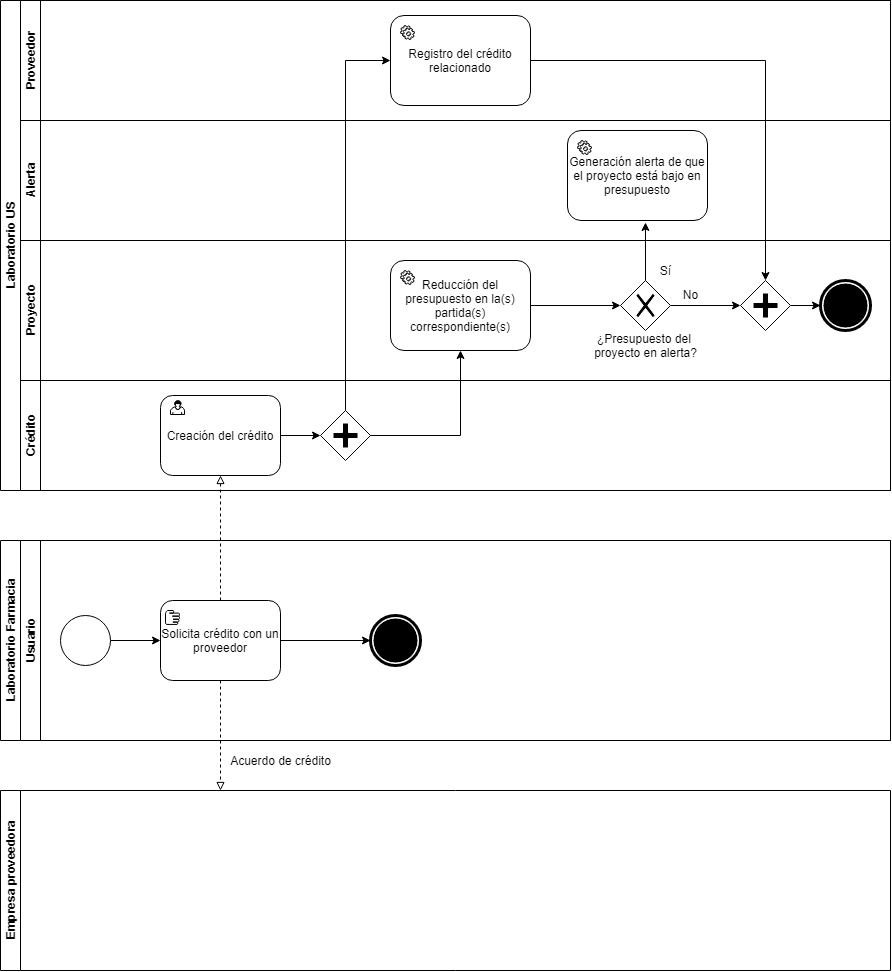
The draw.io diagram Imágenes BPMN/CreditosBPMN-Implantar.png in Franbr31/IR-project, before a commit. Source tidied: cells renumbered, new cells last; positions are measured from the earlier drawing's top-left corner, leaving out a move shared by most shapes. Its diagram source:
```xml
<mxGraphModel>
  <root>
    <mxCell id="0" />
    <mxCell id="1" parent="0" />
    <mxCell id="2" value="Laboratorio US" style="swimlane;html=1;horizontal=0;startSize=20;" parent="1" vertex="1">
      <mxGeometry width="890" height="490" as="geometry" />
    </mxCell>
    <mxCell id="3" value="Proveedor" style="swimlane;html=1;startSize=20;horizontal=0;" parent="2" vertex="1">
      <mxGeometry x="20" width="870" height="120" as="geometry" />
    </mxCell>
    <mxCell id="4" value="Registro del crédito relacionado" style="shape=ext;rounded=1;html=1;whiteSpace=wrap;" parent="3" vertex="1">
      <mxGeometry x="370" y="15" width="140" height="90" as="geometry" />
    </mxCell>
    <mxCell id="5" style="shape=mxgraph.bpmn.service_task;html=1;" parent="3" vertex="1">
      <mxGeometry x="380" y="25" width="14" height="14" as="geometry" />
    </mxCell>
    <mxCell id="6" value="Alerta" style="swimlane;html=1;startSize=20;horizontal=0;" parent="2" vertex="1">
      <mxGeometry x="20" y="120" width="870" height="120" as="geometry" />
    </mxCell>
    <mxCell id="7" value="Generación alerta de que el proyecto está bajo en presupuesto" style="shape=ext;rounded=1;html=1;whiteSpace=wrap;" parent="6" vertex="1">
      <mxGeometry x="547" y="10" width="140" height="90" as="geometry" />
    </mxCell>
    <mxCell id="8" style="shape=mxgraph.bpmn.service_task;html=1;" parent="6" vertex="1">
      <mxGeometry x="557" y="20" width="14" height="14" as="geometry" />
    </mxCell>
    <mxCell id="9" value="Proyecto" style="swimlane;html=1;startSize=20;horizontal=0;" parent="2" vertex="1">
      <mxGeometry x="20" y="240" width="870" height="140" as="geometry" />
    </mxCell>
    <mxCell id="10" style="edgeStyle=orthogonalEdgeStyle;rounded=0;jettySize=auto;html=1;exitX=1;exitY=0.5;exitDx=0;exitDy=0;endArrow=classic;endFill=1;" parent="9" edge="1" source="11" target="14">
      <mxGeometry relative="1" as="geometry" />
    </mxCell>
    <mxCell id="11" value="Reducción del presupuesto en la(s) partida(s) correspondiente(s)" style="shape=ext;rounded=1;html=1;whiteSpace=wrap;" parent="9" vertex="1">
      <mxGeometry x="370" y="20" width="140" height="90" as="geometry" />
    </mxCell>
    <mxCell id="12" style="shape=mxgraph.bpmn.service_task;html=1;" parent="9" vertex="1">
      <mxGeometry x="380" y="30" width="14" height="14" as="geometry" />
    </mxCell>
    <mxCell id="13" style="edgeStyle=orthogonalEdgeStyle;rounded=0;jettySize=auto;html=1;exitX=1;exitY=0.5;exitDx=0;exitDy=0;entryX=0;entryY=0.5;entryDx=0;entryDy=0;endArrow=classic;endFill=1;" parent="9" edge="1" source="14" target="17">
      <mxGeometry relative="1" as="geometry" />
    </mxCell>
    <mxCell id="14" style="shape=mxgraph.bpmn.shape;html=1;verticalLabelPosition=bottom;labelBackgroundColor=#ffffff;verticalAlign=top;align=center;perimeter=rhombusPerimeter;background=gateway;outlineConnect=0;outline=none;symbol=exclusiveGw;" parent="9" vertex="1">
      <mxGeometry x="600" y="40" width="50" height="50" as="geometry" />
    </mxCell>
    <mxCell id="15" style="shape=mxgraph.bpmn.shape;html=1;verticalLabelPosition=bottom;labelBackgroundColor=#ffffff;verticalAlign=top;align=center;perimeter=ellipsePerimeter;outlineConnect=0;outline=end;symbol=terminate;" parent="9" vertex="1">
      <mxGeometry x="800" y="40" width="50" height="50" as="geometry" />
    </mxCell>
    <mxCell id="16" style="edgeStyle=orthogonalEdgeStyle;rounded=0;jettySize=auto;html=1;exitX=1;exitY=0.5;exitDx=0;exitDy=0;endArrow=classic;endFill=1;" parent="9" edge="1" source="17" target="15">
      <mxGeometry relative="1" as="geometry" />
    </mxCell>
    <mxCell id="17" style="shape=mxgraph.bpmn.shape;html=1;verticalLabelPosition=bottom;labelBackgroundColor=#ffffff;verticalAlign=top;align=center;perimeter=rhombusPerimeter;background=gateway;outlineConnect=0;outline=none;symbol=parallelGw;" parent="9" vertex="1">
      <mxGeometry x="720" y="40" width="50" height="50" as="geometry" />
    </mxCell>
    <mxCell id="18" value="¿Presupuesto del &lt;br&gt;proyecto en alerta?" style="text;html=1;align=center;verticalAlign=middle;" parent="9" vertex="1">
      <mxGeometry x="565" y="90" width="120" height="30" as="geometry" />
    </mxCell>
    <mxCell id="19" value="Sí" style="text;html=1;align=center;verticalAlign=middle;" parent="9" vertex="1">
      <mxGeometry x="630" y="20" width="30" height="20" as="geometry" />
    </mxCell>
    <mxCell id="20" value="No" style="text;html=1;align=center;verticalAlign=middle;" parent="9" vertex="1">
      <mxGeometry x="655" y="44" width="30" height="20" as="geometry" />
    </mxCell>
    <mxCell id="21" value="Crédito" style="swimlane;html=1;startSize=20;horizontal=0;" parent="2" vertex="1">
      <mxGeometry x="20" y="380" width="870" height="110" as="geometry" />
    </mxCell>
    <mxCell id="22" style="edgeStyle=orthogonalEdgeStyle;rounded=0;jettySize=auto;html=1;exitX=1;exitY=0.5;exitDx=0;exitDy=0;entryX=0;entryY=0.5;entryDx=0;entryDy=0;endArrow=classic;endFill=1;" parent="21" edge="1" source="23" target="25">
      <mxGeometry relative="1" as="geometry" />
    </mxCell>
    <mxCell id="23" value="Creación del crédito" style="shape=ext;rounded=1;html=1;whiteSpace=wrap;" parent="21" vertex="1">
      <mxGeometry x="140" y="15" width="120" height="80" as="geometry" />
    </mxCell>
    <mxCell id="24" style="shape=mxgraph.bpmn.user_task;html=1;" parent="21" vertex="1">
      <mxGeometry x="150" y="20" width="14" height="14" as="geometry" />
    </mxCell>
    <mxCell id="25" style="shape=mxgraph.bpmn.shape;html=1;verticalLabelPosition=bottom;labelBackgroundColor=#ffffff;verticalAlign=top;align=center;perimeter=rhombusPerimeter;background=gateway;outlineConnect=0;outline=none;symbol=parallelGw;" parent="21" vertex="1">
      <mxGeometry x="300" y="30" width="50" height="50" as="geometry" />
    </mxCell>
    <mxCell id="26" style="edgeStyle=orthogonalEdgeStyle;rounded=0;jettySize=auto;html=1;exitX=0.5;exitY=0;exitDx=0;exitDy=0;entryX=0;entryY=0.5;entryDx=0;entryDy=0;endArrow=classic;endFill=1;" parent="2" edge="1" source="25" target="4">
      <mxGeometry relative="1" as="geometry" />
    </mxCell>
    <mxCell id="27" style="edgeStyle=orthogonalEdgeStyle;rounded=0;jettySize=auto;html=1;exitX=1;exitY=0.5;exitDx=0;exitDy=0;endArrow=classic;endFill=1;" parent="2" edge="1" source="25" target="11">
      <mxGeometry relative="1" as="geometry" />
    </mxCell>
    <mxCell id="28" style="edgeStyle=orthogonalEdgeStyle;rounded=0;jettySize=auto;html=1;exitX=0.5;exitY=0;exitDx=0;exitDy=0;entryX=0.557;entryY=1.022;entryDx=0;entryDy=0;entryPerimeter=0;endArrow=classic;endFill=1;" parent="2" edge="1" source="14" target="7">
      <mxGeometry relative="1" as="geometry" />
    </mxCell>
    <mxCell id="29" style="edgeStyle=orthogonalEdgeStyle;rounded=0;jettySize=auto;html=1;exitX=1;exitY=0.5;exitDx=0;exitDy=0;entryX=0.5;entryY=0;entryDx=0;entryDy=0;endArrow=classic;endFill=1;" parent="2" edge="1" source="4" target="17">
      <mxGeometry relative="1" as="geometry" />
    </mxCell>
    <mxCell id="30" value="Laboratorio Farmacia" style="swimlane;html=1;horizontal=0;startSize=20;" parent="1" vertex="1">
      <mxGeometry y="540" width="890" height="200" as="geometry" />
    </mxCell>
    <mxCell id="31" value="Usuario" style="swimlane;html=1;startSize=20;horizontal=0;" parent="30" vertex="1">
      <mxGeometry x="20" width="870" height="200" as="geometry" />
    </mxCell>
    <mxCell id="32" style="edgeStyle=orthogonalEdgeStyle;rounded=0;jettySize=auto;html=1;exitX=1;exitY=0.5;exitDx=0;exitDy=0;entryX=0;entryY=0.5;entryDx=0;entryDy=0;endArrow=classic;endFill=1;" parent="31" edge="1" source="33" target="35">
      <mxGeometry relative="1" as="geometry" />
    </mxCell>
    <mxCell id="33" style="shape=mxgraph.bpmn.shape;html=1;verticalLabelPosition=bottom;labelBackgroundColor=#ffffff;verticalAlign=top;align=center;perimeter=ellipsePerimeter;outlineConnect=0;outline=standard;symbol=general;" parent="31" vertex="1">
      <mxGeometry x="40" y="75" width="50" height="50" as="geometry" />
    </mxCell>
    <mxCell id="34" style="edgeStyle=orthogonalEdgeStyle;rounded=0;jettySize=auto;html=1;exitX=1;exitY=0.5;exitDx=0;exitDy=0;entryX=0;entryY=0.5;entryDx=0;entryDy=0;endArrow=classic;endFill=1;" parent="31" edge="1" source="35" target="37">
      <mxGeometry relative="1" as="geometry" />
    </mxCell>
    <mxCell id="35" value="Solicita crédito con un proveedor" style="shape=ext;rounded=1;html=1;whiteSpace=wrap;" parent="31" vertex="1">
      <mxGeometry x="140" y="60" width="120" height="80" as="geometry" />
    </mxCell>
    <mxCell id="36" style="shape=mxgraph.bpmn.manual_task;html=1;" parent="31" vertex="1">
      <mxGeometry x="145" y="70" width="14" height="14" as="geometry" />
    </mxCell>
    <mxCell id="37" style="shape=mxgraph.bpmn.shape;html=1;verticalLabelPosition=bottom;labelBackgroundColor=#ffffff;verticalAlign=top;align=center;perimeter=ellipsePerimeter;outlineConnect=0;outline=end;symbol=terminate;" parent="31" vertex="1">
      <mxGeometry x="350" y="75" width="50" height="50" as="geometry" />
    </mxCell>
    <mxCell id="38" value="Empresa proveedora" style="swimlane;html=1;horizontal=0;startSize=20;" parent="1" vertex="1">
      <mxGeometry y="790" width="890" height="180" as="geometry" />
    </mxCell>
    <mxCell id="39" style="edgeStyle=orthogonalEdgeStyle;rounded=0;jettySize=auto;html=1;exitX=0.5;exitY=1;exitDx=0;exitDy=0;dashed=1;endArrow=block;endFill=0;" parent="1" edge="1" source="35">
      <mxGeometry relative="1" as="geometry">
        <mxPoint x="220" y="790" as="targetPoint" />
      </mxGeometry>
    </mxCell>
    <mxCell id="40" value="Acuerdo de crédito" style="text;html=1;align=center;verticalAlign=middle;" parent="1" vertex="1">
      <mxGeometry x="220" y="750" width="120" height="20" as="geometry" />
    </mxCell>
    <mxCell id="41" style="edgeStyle=orthogonalEdgeStyle;rounded=0;jettySize=auto;html=1;exitX=0.5;exitY=0;exitDx=0;exitDy=0;entryX=0.5;entryY=1;entryDx=0;entryDy=0;endArrow=block;endFill=0;dashed=1;" parent="1" edge="1" source="35" target="23">
      <mxGeometry relative="1" as="geometry" />
    </mxCell>
  </root>
</mxGraphModel>
```
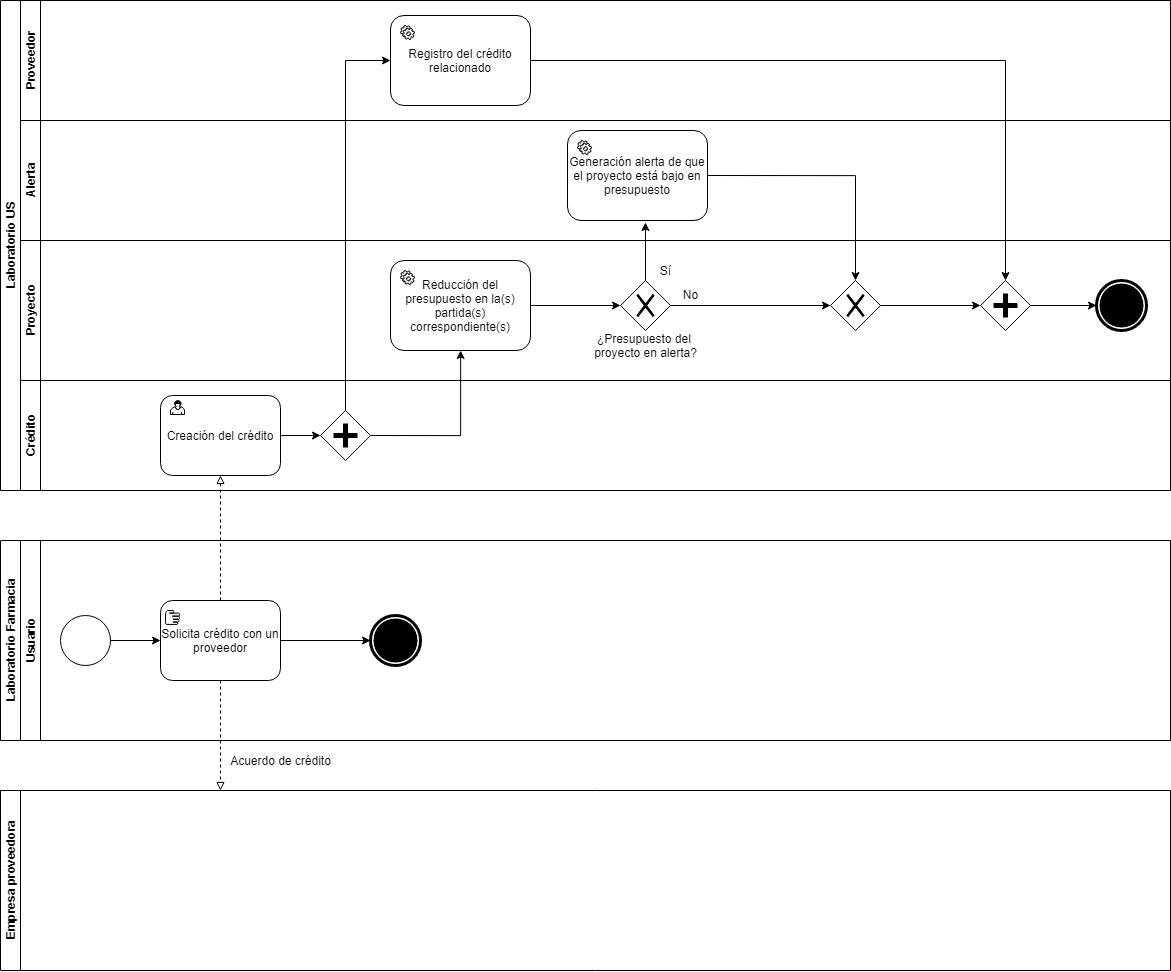
The same file after the commit.

What changed in the source:
```diff
@@ -3,10 +3,10 @@
     <mxCell id="0" />
     <mxCell id="1" parent="0" />
     <mxCell id="2" value="Laboratorio US" style="swimlane;html=1;horizontal=0;startSize=20;" parent="1" vertex="1">
-      <mxGeometry width="890" height="490" as="geometry" />
+      <mxGeometry width="1170" height="490" as="geometry" />
     </mxCell>
     <mxCell id="3" value="Proveedor" style="swimlane;html=1;startSize=20;horizontal=0;" parent="2" vertex="1">
-      <mxGeometry x="20" width="870" height="120" as="geometry" />
+      <mxGeometry x="20" width="1150" height="120" as="geometry" />
     </mxCell>
     <mxCell id="4" value="Registro del crédito relacionado" style="shape=ext;rounded=1;html=1;whiteSpace=wrap;" parent="3" vertex="1">
       <mxGeometry x="370" y="15" width="140" height="90" as="geometry" />
@@ -15,7 +15,7 @@
       <mxGeometry x="380" y="25" width="14" height="14" as="geometry" />
     </mxCell>
     <mxCell id="6" value="Alerta" style="swimlane;html=1;startSize=20;horizontal=0;" parent="2" vertex="1">
-      <mxGeometry x="20" y="120" width="870" height="120" as="geometry" />
+      <mxGeometry x="20" y="120" width="1150" height="120" as="geometry" />
     </mxCell>
     <mxCell id="7" value="Generación alerta de que el proyecto está bajo en presupuesto" style="shape=ext;rounded=1;html=1;whiteSpace=wrap;" parent="6" vertex="1">
       <mxGeometry x="547" y="10" width="140" height="90" as="geometry" />
@@ -24,7 +24,7 @@
       <mxGeometry x="557" y="20" width="14" height="14" as="geometry" />
     </mxCell>
     <mxCell id="9" value="Proyecto" style="swimlane;html=1;startSize=20;horizontal=0;" parent="2" vertex="1">
-      <mxGeometry x="20" y="240" width="870" height="140" as="geometry" />
+      <mxGeometry x="20" y="240" width="1150" height="140" as="geometry" />
     </mxCell>
     <mxCell id="10" style="edgeStyle=orthogonalEdgeStyle;rounded=0;jettySize=auto;html=1;exitX=1;exitY=0.5;exitDx=0;exitDy=0;endArrow=classic;endFill=1;" parent="9" edge="1" source="11" target="14">
       <mxGeometry relative="1" as="geometry" />
@@ -35,20 +35,20 @@
     <mxCell id="12" style="shape=mxgraph.bpmn.service_task;html=1;" parent="9" vertex="1">
       <mxGeometry x="380" y="30" width="14" height="14" as="geometry" />
     </mxCell>
-    <mxCell id="13" style="edgeStyle=orthogonalEdgeStyle;rounded=0;jettySize=auto;html=1;exitX=1;exitY=0.5;exitDx=0;exitDy=0;entryX=0;entryY=0.5;entryDx=0;entryDy=0;endArrow=classic;endFill=1;" parent="9" edge="1" source="14" target="17">
+    <mxCell id="13" style="edgeStyle=orthogonalEdgeStyle;rounded=0;jettySize=auto;html=1;exitX=1;exitY=0.5;exitDx=0;exitDy=0;entryX=0;entryY=0.5;entryDx=0;entryDy=0;endArrow=classic;endFill=1;" parent="9" edge="1" source="14" target="43">
       <mxGeometry relative="1" as="geometry" />
     </mxCell>
     <mxCell id="14" style="shape=mxgraph.bpmn.shape;html=1;verticalLabelPosition=bottom;labelBackgroundColor=#ffffff;verticalAlign=top;align=center;perimeter=rhombusPerimeter;background=gateway;outlineConnect=0;outline=none;symbol=exclusiveGw;" parent="9" vertex="1">
       <mxGeometry x="600" y="40" width="50" height="50" as="geometry" />
     </mxCell>
     <mxCell id="15" style="shape=mxgraph.bpmn.shape;html=1;verticalLabelPosition=bottom;labelBackgroundColor=#ffffff;verticalAlign=top;align=center;perimeter=ellipsePerimeter;outlineConnect=0;outline=end;symbol=terminate;" parent="9" vertex="1">
-      <mxGeometry x="800" y="40" width="50" height="50" as="geometry" />
+      <mxGeometry x="1076" y="40" width="50" height="50" as="geometry" />
     </mxCell>
     <mxCell id="16" style="edgeStyle=orthogonalEdgeStyle;rounded=0;jettySize=auto;html=1;exitX=1;exitY=0.5;exitDx=0;exitDy=0;endArrow=classic;endFill=1;" parent="9" edge="1" source="17" target="15">
       <mxGeometry relative="1" as="geometry" />
     </mxCell>
     <mxCell id="17" style="shape=mxgraph.bpmn.shape;html=1;verticalLabelPosition=bottom;labelBackgroundColor=#ffffff;verticalAlign=top;align=center;perimeter=rhombusPerimeter;background=gateway;outlineConnect=0;outline=none;symbol=parallelGw;" parent="9" vertex="1">
-      <mxGeometry x="720" y="40" width="50" height="50" as="geometry" />
+      <mxGeometry x="960" y="40" width="50" height="50" as="geometry" />
     </mxCell>
     <mxCell id="18" value="¿Presupuesto del &lt;br&gt;proyecto en alerta?" style="text;html=1;align=center;verticalAlign=middle;" parent="9" vertex="1">
       <mxGeometry x="565" y="90" width="120" height="30" as="geometry" />
@@ -59,8 +59,14 @@
     <mxCell id="20" value="No" style="text;html=1;align=center;verticalAlign=middle;" parent="9" vertex="1">
       <mxGeometry x="655" y="44" width="30" height="20" as="geometry" />
     </mxCell>
+    <mxCell id="42" style="edgeStyle=orthogonalEdgeStyle;rounded=0;jettySize=auto;html=1;exitX=1;exitY=0.5;exitDx=0;exitDy=0;entryX=0;entryY=0.5;entryDx=0;entryDy=0;" parent="9" edge="1" source="43" target="17">
+      <mxGeometry relative="1" as="geometry" />
+    </mxCell>
+    <mxCell id="43" style="shape=mxgraph.bpmn.shape;html=1;verticalLabelPosition=bottom;labelBackgroundColor=#ffffff;verticalAlign=top;align=center;perimeter=rhombusPerimeter;background=gateway;outlineConnect=0;outline=none;symbol=exclusiveGw;" parent="9" vertex="1">
+      <mxGeometry x="810" y="40" width="50" height="50" as="geometry" />
+    </mxCell>
     <mxCell id="21" value="Crédito" style="swimlane;html=1;startSize=20;horizontal=0;" parent="2" vertex="1">
-      <mxGeometry x="20" y="380" width="870" height="110" as="geometry" />
+      <mxGeometry x="20" y="380" width="1150" height="110" as="geometry" />
     </mxCell>
     <mxCell id="22" style="edgeStyle=orthogonalEdgeStyle;rounded=0;jettySize=auto;html=1;exitX=1;exitY=0.5;exitDx=0;exitDy=0;entryX=0;entryY=0.5;entryDx=0;entryDy=0;endArrow=classic;endFill=1;" parent="21" edge="1" source="23" target="25">
       <mxGeometry relative="1" as="geometry" />
@@ -86,11 +92,14 @@
     <mxCell id="29" style="edgeStyle=orthogonalEdgeStyle;rounded=0;jettySize=auto;html=1;exitX=1;exitY=0.5;exitDx=0;exitDy=0;entryX=0.5;entryY=0;entryDx=0;entryDy=0;endArrow=classic;endFill=1;" parent="2" edge="1" source="4" target="17">
       <mxGeometry relative="1" as="geometry" />
     </mxCell>
+    <mxCell id="44" style="edgeStyle=orthogonalEdgeStyle;rounded=0;jettySize=auto;html=1;exitX=1;exitY=0.5;exitDx=0;exitDy=0;entryX=0.5;entryY=0;entryDx=0;entryDy=0;" parent="2" edge="1" source="7" target="43">
+      <mxGeometry relative="1" as="geometry" />
+    </mxCell>
     <mxCell id="30" value="Laboratorio Farmacia" style="swimlane;html=1;horizontal=0;startSize=20;" parent="1" vertex="1">
-      <mxGeometry y="540" width="890" height="200" as="geometry" />
+      <mxGeometry y="540" width="1170" height="200" as="geometry" />
     </mxCell>
     <mxCell id="31" value="Usuario" style="swimlane;html=1;startSize=20;horizontal=0;" parent="30" vertex="1">
-      <mxGeometry x="20" width="870" height="200" as="geometry" />
+      <mxGeometry x="20" width="1150" height="200" as="geometry" />
     </mxCell>
     <mxCell id="32" style="edgeStyle=orthogonalEdgeStyle;rounded=0;jettySize=auto;html=1;exitX=1;exitY=0.5;exitDx=0;exitDy=0;entryX=0;entryY=0.5;entryDx=0;entryDy=0;endArrow=classic;endFill=1;" parent="31" edge="1" source="33" target="35">
       <mxGeometry relative="1" as="geometry" />
@@ -111,7 +120,7 @@
       <mxGeometry x="350" y="75" width="50" height="50" as="geometry" />
     </mxCell>
     <mxCell id="38" value="Empresa proveedora" style="swimlane;html=1;horizontal=0;startSize=20;" parent="1" vertex="1">
-      <mxGeometry y="790" width="890" height="180" as="geometry" />
+      <mxGeometry y="790" width="1170" height="180" as="geometry" />
     </mxCell>
     <mxCell id="39" style="edgeStyle=orthogonalEdgeStyle;rounded=0;jettySize=auto;html=1;exitX=0.5;exitY=1;exitDx=0;exitDy=0;dashed=1;endArrow=block;endFill=0;" parent="1" edge="1" source="35">
       <mxGeometry relative="1" as="geometry">
```
